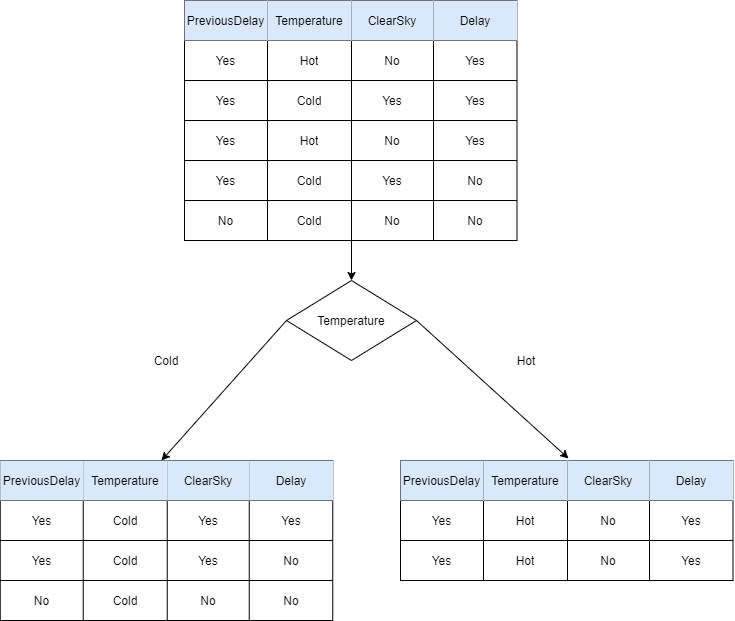
drminix/images keeps this draw.io diagram as toyexample_decisiontree_1.png. Above is the earlier version. Source tidied: cells renumbered, new cells last; positions are measured from the earlier drawing's top-left corner, leaving out a move shared by most shapes. Source of this version:
```xml
<mxGraphModel>
  <root>
    <mxCell id="0" />
    <mxCell id="1" parent="0" />
    <mxCell id="2" style="edgeStyle=orthogonalEdgeStyle;rounded=0;jettySize=auto;html=1;" parent="1" edge="1" target="3">
      <mxGeometry relative="1" as="geometry">
        <mxPoint x="351" y="200" as="sourcePoint" />
      </mxGeometry>
    </mxCell>
    <mxCell id="3" value="Temperature" style="rhombus;whiteSpace=wrap;html=1;" parent="1" vertex="1">
      <mxGeometry x="286" y="280" width="130" height="80" as="geometry" />
    </mxCell>
    <mxCell id="4" style="endArrow=classic;html=1;exitX=0;exitY=0.5;exitDx=0;exitDy=0;entryX=0.5;entryY=0;entryDx=0;entryDy=0;" parent="1" edge="1" source="3">
      <mxGeometry relative="1" as="geometry">
        <mxPoint x="161" y="460" as="targetPoint" />
      </mxGeometry>
    </mxCell>
    <mxCell id="5" style="endArrow=classic;html=1;exitX=1;exitY=0.5;exitDx=0;exitDy=0;entryX=0.491;entryY=-0.05;entryDx=0;entryDy=0;entryPerimeter=0;" parent="1" edge="1" source="3">
      <mxGeometry relative="1" as="geometry">
        <mxPoint x="568" y="458" as="targetPoint" />
      </mxGeometry>
    </mxCell>
    <mxCell id="6" value="Cold" style="text;html=1;strokeColor=none;fillColor=none;align=center;verticalAlign=middle;whiteSpace=wrap;rounded=0;" parent="1" vertex="1">
      <mxGeometry x="146" y="350" width="40" height="20" as="geometry" />
    </mxCell>
    <mxCell id="7" value="Hot" style="text;html=1;strokeColor=none;fillColor=none;align=center;verticalAlign=middle;whiteSpace=wrap;rounded=0;" parent="1" vertex="1">
      <mxGeometry x="506" y="350" width="40" height="20" as="geometry" />
    </mxCell>
    <mxCell id="8" style="shape=table;html=1;whiteSpace=wrap;startSize=0;" parent="1" vertex="1">
      <mxGeometry x="184" width="332.5" height="240" as="geometry" />
    </mxCell>
    <mxCell id="9" style="shape=partialRectangle;html=1;whiteSpace=wrap;fillColor=none;top=0;left=0;bottom=0;right=0;" parent="8" vertex="1">
      <mxGeometry width="332.5" height="40" as="geometry" />
    </mxCell>
    <mxCell id="10" value="PreviousDelay" style="shape=partialRectangle;html=1;whiteSpace=wrap;overflow=hidden;fillColor=#dae8fc;top=0;left=0;bottom=0;right=0;strokeColor=#6c8ebf;" parent="9" vertex="1">
      <mxGeometry width="83" height="40" as="geometry" />
    </mxCell>
    <mxCell id="11" value="Temperature" style="shape=partialRectangle;html=1;whiteSpace=wrap;overflow=hidden;fillColor=#dae8fc;top=0;left=0;bottom=0;right=0;strokeColor=#6c8ebf;" parent="9" vertex="1">
      <mxGeometry x="83" width="84" height="40" as="geometry" />
    </mxCell>
    <mxCell id="12" value="ClearSky" style="shape=partialRectangle;html=1;whiteSpace=wrap;overflow=hidden;fillColor=#dae8fc;top=0;left=0;bottom=0;right=0;strokeColor=#6c8ebf;" parent="9" vertex="1">
      <mxGeometry x="167" width="82" height="40" as="geometry" />
    </mxCell>
    <mxCell id="13" value="Delay" style="shape=partialRectangle;html=1;whiteSpace=wrap;overflow=hidden;fillColor=#dae8fc;top=0;left=0;bottom=0;right=0;strokeColor=#6c8ebf;" parent="9" vertex="1">
      <mxGeometry x="249" width="84" height="40" as="geometry" />
    </mxCell>
    <mxCell id="14" style="shape=partialRectangle;html=1;whiteSpace=wrap;fillColor=none;top=0;left=0;bottom=0;right=0;" parent="8" vertex="1">
      <mxGeometry y="40" width="332.5" height="40" as="geometry" />
    </mxCell>
    <mxCell id="15" value="Yes" style="shape=partialRectangle;html=1;whiteSpace=wrap;overflow=hidden;fillColor=none;top=0;left=0;bottom=0;right=0;" parent="14" vertex="1">
      <mxGeometry width="83" height="40" as="geometry" />
    </mxCell>
    <mxCell id="16" value="Hot" style="shape=partialRectangle;html=1;whiteSpace=wrap;overflow=hidden;fillColor=none;top=0;left=0;bottom=0;right=0;" parent="14" vertex="1">
      <mxGeometry x="83" width="84" height="40" as="geometry" />
    </mxCell>
    <mxCell id="17" value="No" style="shape=partialRectangle;html=1;whiteSpace=wrap;overflow=hidden;fillColor=none;top=0;left=0;bottom=0;right=0;" parent="14" vertex="1">
      <mxGeometry x="167" width="82" height="40" as="geometry" />
    </mxCell>
    <mxCell id="18" value="Yes" style="shape=partialRectangle;html=1;whiteSpace=wrap;overflow=hidden;fillColor=none;top=0;left=0;bottom=0;right=0;" parent="14" vertex="1">
      <mxGeometry x="249" width="84" height="40" as="geometry" />
    </mxCell>
    <mxCell id="19" style="shape=partialRectangle;html=1;whiteSpace=wrap;fillColor=none;top=0;left=0;bottom=0;right=0;" parent="8" vertex="1">
      <mxGeometry y="80" width="332.5" height="40" as="geometry" />
    </mxCell>
    <mxCell id="20" value="Yes" style="shape=partialRectangle;html=1;whiteSpace=wrap;overflow=hidden;fillColor=none;top=0;left=0;bottom=0;right=0;" parent="19" vertex="1">
      <mxGeometry width="83" height="40" as="geometry" />
    </mxCell>
    <mxCell id="21" value="Cold" style="shape=partialRectangle;html=1;whiteSpace=wrap;overflow=hidden;fillColor=none;top=0;left=0;bottom=0;right=0;" parent="19" vertex="1">
      <mxGeometry x="83" width="84" height="40" as="geometry" />
    </mxCell>
    <mxCell id="22" value="Yes" style="shape=partialRectangle;html=1;whiteSpace=wrap;overflow=hidden;fillColor=none;top=0;left=0;bottom=0;right=0;" parent="19" vertex="1">
      <mxGeometry x="167" width="82" height="40" as="geometry" />
    </mxCell>
    <mxCell id="23" value="Yes" style="shape=partialRectangle;html=1;whiteSpace=wrap;overflow=hidden;fillColor=none;top=0;left=0;bottom=0;right=0;" parent="19" vertex="1">
      <mxGeometry x="249" width="84" height="40" as="geometry" />
    </mxCell>
    <mxCell id="24" style="shape=partialRectangle;html=1;whiteSpace=wrap;fillColor=none;top=0;left=0;bottom=0;right=0;" parent="8" vertex="1">
      <mxGeometry y="120" width="332.5" height="40" as="geometry" />
    </mxCell>
    <mxCell id="25" value="Yes" style="shape=partialRectangle;html=1;whiteSpace=wrap;overflow=hidden;fillColor=none;top=0;left=0;bottom=0;right=0;" parent="24" vertex="1">
      <mxGeometry width="83" height="40" as="geometry" />
    </mxCell>
    <mxCell id="26" value="Hot" style="shape=partialRectangle;html=1;whiteSpace=wrap;overflow=hidden;fillColor=none;top=0;left=0;bottom=0;right=0;" parent="24" vertex="1">
      <mxGeometry x="83" width="84" height="40" as="geometry" />
    </mxCell>
    <mxCell id="27" value="No" style="shape=partialRectangle;html=1;whiteSpace=wrap;overflow=hidden;fillColor=none;top=0;left=0;bottom=0;right=0;" parent="24" vertex="1">
      <mxGeometry x="167" width="82" height="40" as="geometry" />
    </mxCell>
    <mxCell id="28" value="Yes" style="shape=partialRectangle;html=1;whiteSpace=wrap;overflow=hidden;fillColor=none;top=0;left=0;bottom=0;right=0;" parent="24" vertex="1">
      <mxGeometry x="249" width="84" height="40" as="geometry" />
    </mxCell>
    <mxCell id="29" style="shape=partialRectangle;html=1;whiteSpace=wrap;fillColor=none;top=0;left=0;bottom=0;right=0;" parent="8" vertex="1">
      <mxGeometry y="160" width="332.5" height="40" as="geometry" />
    </mxCell>
    <mxCell id="30" value="Yes" style="shape=partialRectangle;html=1;whiteSpace=wrap;overflow=hidden;fillColor=none;top=0;left=0;bottom=0;right=0;" parent="29" vertex="1">
      <mxGeometry width="83" height="40" as="geometry" />
    </mxCell>
    <mxCell id="31" value="Cold" style="shape=partialRectangle;html=1;whiteSpace=wrap;overflow=hidden;fillColor=none;top=0;left=0;bottom=0;right=0;" parent="29" vertex="1">
      <mxGeometry x="83" width="84" height="40" as="geometry" />
    </mxCell>
    <mxCell id="32" value="Yes" style="shape=partialRectangle;html=1;whiteSpace=wrap;overflow=hidden;fillColor=none;top=0;left=0;bottom=0;right=0;" parent="29" vertex="1">
      <mxGeometry x="167" width="82" height="40" as="geometry" />
    </mxCell>
    <mxCell id="33" value="No" style="shape=partialRectangle;html=1;whiteSpace=wrap;overflow=hidden;fillColor=none;top=0;left=0;bottom=0;right=0;" parent="29" vertex="1">
      <mxGeometry x="249" width="84" height="40" as="geometry" />
    </mxCell>
    <mxCell id="34" style="shape=partialRectangle;html=1;whiteSpace=wrap;fillColor=none;top=0;left=0;bottom=0;right=0;" parent="8" vertex="1">
      <mxGeometry y="200" width="332.5" height="40" as="geometry" />
    </mxCell>
    <mxCell id="35" value="No" style="shape=partialRectangle;html=1;whiteSpace=wrap;overflow=hidden;fillColor=none;top=0;left=0;bottom=0;right=0;" parent="34" vertex="1">
      <mxGeometry width="83" height="40" as="geometry" />
    </mxCell>
    <mxCell id="36" value="Cold" style="shape=partialRectangle;html=1;whiteSpace=wrap;overflow=hidden;fillColor=none;top=0;left=0;bottom=0;right=0;" parent="34" vertex="1">
      <mxGeometry x="83" width="84" height="40" as="geometry" />
    </mxCell>
    <mxCell id="37" value="No" style="shape=partialRectangle;html=1;whiteSpace=wrap;overflow=hidden;fillColor=none;top=0;left=0;bottom=0;right=0;" parent="34" vertex="1">
      <mxGeometry x="167" width="82" height="40" as="geometry" />
    </mxCell>
    <mxCell id="38" value="No" style="shape=partialRectangle;html=1;whiteSpace=wrap;overflow=hidden;fillColor=none;top=0;left=0;bottom=0;right=0;" parent="34" vertex="1">
      <mxGeometry x="249" width="84" height="40" as="geometry" />
    </mxCell>
    <mxCell id="39" style="shape=table;html=1;whiteSpace=wrap;startSize=0;" parent="1" vertex="1">
      <mxGeometry x="-0.2" y="460" width="332.5" height="160" as="geometry" />
    </mxCell>
    <mxCell id="40" style="shape=partialRectangle;html=1;whiteSpace=wrap;fillColor=none;top=0;left=0;bottom=0;right=0;" parent="39" vertex="1">
      <mxGeometry width="332.5" height="40" as="geometry" />
    </mxCell>
    <mxCell id="41" value="PreviousDelay" style="shape=partialRectangle;html=1;whiteSpace=wrap;overflow=hidden;fillColor=#dae8fc;top=0;left=0;bottom=0;right=0;strokeColor=#6c8ebf;" parent="40" vertex="1">
      <mxGeometry width="83" height="40" as="geometry" />
    </mxCell>
    <mxCell id="42" value="Temperature" style="shape=partialRectangle;html=1;whiteSpace=wrap;overflow=hidden;fillColor=#dae8fc;top=0;left=0;bottom=0;right=0;strokeColor=#6c8ebf;" parent="40" vertex="1">
      <mxGeometry x="83" width="84" height="40" as="geometry" />
    </mxCell>
    <mxCell id="43" value="ClearSky" style="shape=partialRectangle;html=1;whiteSpace=wrap;overflow=hidden;fillColor=#dae8fc;top=0;left=0;bottom=0;right=0;strokeColor=#6c8ebf;" parent="40" vertex="1">
      <mxGeometry x="167" width="82" height="40" as="geometry" />
    </mxCell>
    <mxCell id="44" value="Delay" style="shape=partialRectangle;html=1;whiteSpace=wrap;overflow=hidden;fillColor=#dae8fc;top=0;left=0;bottom=0;right=0;strokeColor=#6c8ebf;" parent="40" vertex="1">
      <mxGeometry x="249" width="84" height="40" as="geometry" />
    </mxCell>
    <mxCell id="45" style="shape=partialRectangle;html=1;whiteSpace=wrap;fillColor=none;top=0;left=0;bottom=0;right=0;" parent="39" vertex="1">
      <mxGeometry y="40" width="332.5" height="40" as="geometry" />
    </mxCell>
    <mxCell id="46" value="Yes" style="shape=partialRectangle;html=1;whiteSpace=wrap;overflow=hidden;fillColor=none;top=0;left=0;bottom=0;right=0;" parent="45" vertex="1">
      <mxGeometry width="83" height="40" as="geometry" />
    </mxCell>
    <mxCell id="47" value="Cold" style="shape=partialRectangle;html=1;whiteSpace=wrap;overflow=hidden;fillColor=none;top=0;left=0;bottom=0;right=0;" parent="45" vertex="1">
      <mxGeometry x="83" width="84" height="40" as="geometry" />
    </mxCell>
    <mxCell id="48" value="Yes" style="shape=partialRectangle;html=1;whiteSpace=wrap;overflow=hidden;fillColor=none;top=0;left=0;bottom=0;right=0;" parent="45" vertex="1">
      <mxGeometry x="167" width="82" height="40" as="geometry" />
    </mxCell>
    <mxCell id="49" value="Yes" style="shape=partialRectangle;html=1;whiteSpace=wrap;overflow=hidden;fillColor=none;top=0;left=0;bottom=0;right=0;" parent="45" vertex="1">
      <mxGeometry x="249" width="84" height="40" as="geometry" />
    </mxCell>
    <mxCell id="50" style="shape=partialRectangle;html=1;whiteSpace=wrap;fillColor=none;top=0;left=0;bottom=0;right=0;" parent="39" vertex="1">
      <mxGeometry y="80" width="332.5" height="40" as="geometry" />
    </mxCell>
    <mxCell id="51" value="Yes" style="shape=partialRectangle;html=1;whiteSpace=wrap;overflow=hidden;fillColor=none;top=0;left=0;bottom=0;right=0;" parent="50" vertex="1">
      <mxGeometry width="83" height="40" as="geometry" />
    </mxCell>
    <mxCell id="52" value="Cold" style="shape=partialRectangle;html=1;whiteSpace=wrap;overflow=hidden;fillColor=none;top=0;left=0;bottom=0;right=0;" parent="50" vertex="1">
      <mxGeometry x="83" width="84" height="40" as="geometry" />
    </mxCell>
    <mxCell id="53" value="Yes" style="shape=partialRectangle;html=1;whiteSpace=wrap;overflow=hidden;fillColor=none;top=0;left=0;bottom=0;right=0;" parent="50" vertex="1">
      <mxGeometry x="167" width="82" height="40" as="geometry" />
    </mxCell>
    <mxCell id="54" value="No" style="shape=partialRectangle;html=1;whiteSpace=wrap;overflow=hidden;fillColor=none;top=0;left=0;bottom=0;right=0;" parent="50" vertex="1">
      <mxGeometry x="249" width="84" height="40" as="geometry" />
    </mxCell>
    <mxCell id="55" style="shape=partialRectangle;html=1;whiteSpace=wrap;fillColor=none;top=0;left=0;bottom=0;right=0;" parent="39" vertex="1">
      <mxGeometry y="120" width="332.5" height="40" as="geometry" />
    </mxCell>
    <mxCell id="56" value="No" style="shape=partialRectangle;html=1;whiteSpace=wrap;overflow=hidden;fillColor=none;top=0;left=0;bottom=0;right=0;" parent="55" vertex="1">
      <mxGeometry width="83" height="40" as="geometry" />
    </mxCell>
    <mxCell id="57" value="Cold" style="shape=partialRectangle;html=1;whiteSpace=wrap;overflow=hidden;fillColor=none;top=0;left=0;bottom=0;right=0;" parent="55" vertex="1">
      <mxGeometry x="83" width="84" height="40" as="geometry" />
    </mxCell>
    <mxCell id="58" value="No" style="shape=partialRectangle;html=1;whiteSpace=wrap;overflow=hidden;fillColor=none;top=0;left=0;bottom=0;right=0;" parent="55" vertex="1">
      <mxGeometry x="167" width="82" height="40" as="geometry" />
    </mxCell>
    <mxCell id="59" value="No" style="shape=partialRectangle;html=1;whiteSpace=wrap;overflow=hidden;fillColor=none;top=0;left=0;bottom=0;right=0;" parent="55" vertex="1">
      <mxGeometry x="249" width="84" height="40" as="geometry" />
    </mxCell>
    <mxCell id="60" style="shape=table;html=1;whiteSpace=wrap;startSize=0;" parent="1" vertex="1">
      <mxGeometry x="400" y="460" width="332.5" height="120" as="geometry" />
    </mxCell>
    <mxCell id="61" style="shape=partialRectangle;html=1;whiteSpace=wrap;fillColor=none;top=0;left=0;bottom=0;right=0;" parent="60" vertex="1">
      <mxGeometry width="332.5" height="40" as="geometry" />
    </mxCell>
    <mxCell id="62" value="PreviousDelay" style="shape=partialRectangle;html=1;whiteSpace=wrap;overflow=hidden;fillColor=#dae8fc;top=0;left=0;bottom=0;right=0;strokeColor=#6c8ebf;" parent="61" vertex="1">
      <mxGeometry width="83" height="40" as="geometry" />
    </mxCell>
    <mxCell id="63" value="Temperature" style="shape=partialRectangle;html=1;whiteSpace=wrap;overflow=hidden;fillColor=#dae8fc;top=0;left=0;bottom=0;right=0;strokeColor=#6c8ebf;" parent="61" vertex="1">
      <mxGeometry x="83" width="84" height="40" as="geometry" />
    </mxCell>
    <mxCell id="64" value="ClearSky" style="shape=partialRectangle;html=1;whiteSpace=wrap;overflow=hidden;fillColor=#dae8fc;top=0;left=0;bottom=0;right=0;strokeColor=#6c8ebf;" parent="61" vertex="1">
      <mxGeometry x="167" width="82" height="40" as="geometry" />
    </mxCell>
    <mxCell id="65" value="Delay" style="shape=partialRectangle;html=1;whiteSpace=wrap;overflow=hidden;fillColor=#dae8fc;top=0;left=0;bottom=0;right=0;strokeColor=#6c8ebf;" parent="61" vertex="1">
      <mxGeometry x="249" width="84" height="40" as="geometry" />
    </mxCell>
    <mxCell id="66" style="shape=partialRectangle;html=1;whiteSpace=wrap;fillColor=none;top=0;left=0;bottom=0;right=0;" parent="60" vertex="1">
      <mxGeometry y="40" width="332.5" height="40" as="geometry" />
    </mxCell>
    <mxCell id="67" value="Yes" style="shape=partialRectangle;html=1;whiteSpace=wrap;overflow=hidden;fillColor=none;top=0;left=0;bottom=0;right=0;" parent="66" vertex="1">
      <mxGeometry width="83" height="40" as="geometry" />
    </mxCell>
    <mxCell id="68" value="Hot" style="shape=partialRectangle;html=1;whiteSpace=wrap;overflow=hidden;fillColor=none;top=0;left=0;bottom=0;right=0;" parent="66" vertex="1">
      <mxGeometry x="83" width="84" height="40" as="geometry" />
    </mxCell>
    <mxCell id="69" value="No" style="shape=partialRectangle;html=1;whiteSpace=wrap;overflow=hidden;fillColor=none;top=0;left=0;bottom=0;right=0;" parent="66" vertex="1">
      <mxGeometry x="167" width="82" height="40" as="geometry" />
    </mxCell>
    <mxCell id="70" value="Yes" style="shape=partialRectangle;html=1;whiteSpace=wrap;overflow=hidden;fillColor=none;top=0;left=0;bottom=0;right=0;" parent="66" vertex="1">
      <mxGeometry x="249" width="84" height="40" as="geometry" />
    </mxCell>
    <mxCell id="71" style="shape=partialRectangle;html=1;whiteSpace=wrap;fillColor=none;top=0;left=0;bottom=0;right=0;" parent="60" vertex="1">
      <mxGeometry y="80" width="332.5" height="40" as="geometry" />
    </mxCell>
    <mxCell id="72" value="Yes" style="shape=partialRectangle;html=1;whiteSpace=wrap;overflow=hidden;fillColor=none;top=0;left=0;bottom=0;right=0;" parent="71" vertex="1">
      <mxGeometry width="83" height="40" as="geometry" />
    </mxCell>
    <mxCell id="73" value="Hot" style="shape=partialRectangle;html=1;whiteSpace=wrap;overflow=hidden;fillColor=none;top=0;left=0;bottom=0;right=0;" parent="71" vertex="1">
      <mxGeometry x="83" width="84" height="40" as="geometry" />
    </mxCell>
    <mxCell id="74" value="No" style="shape=partialRectangle;html=1;whiteSpace=wrap;overflow=hidden;fillColor=none;top=0;left=0;bottom=0;right=0;" parent="71" vertex="1">
      <mxGeometry x="167" width="82" height="40" as="geometry" />
    </mxCell>
    <mxCell id="75" value="Yes" style="shape=partialRectangle;html=1;whiteSpace=wrap;overflow=hidden;fillColor=none;top=0;left=0;bottom=0;right=0;" parent="71" vertex="1">
      <mxGeometry x="249" width="84" height="40" as="geometry" />
    </mxCell>
  </root>
</mxGraphModel>
```
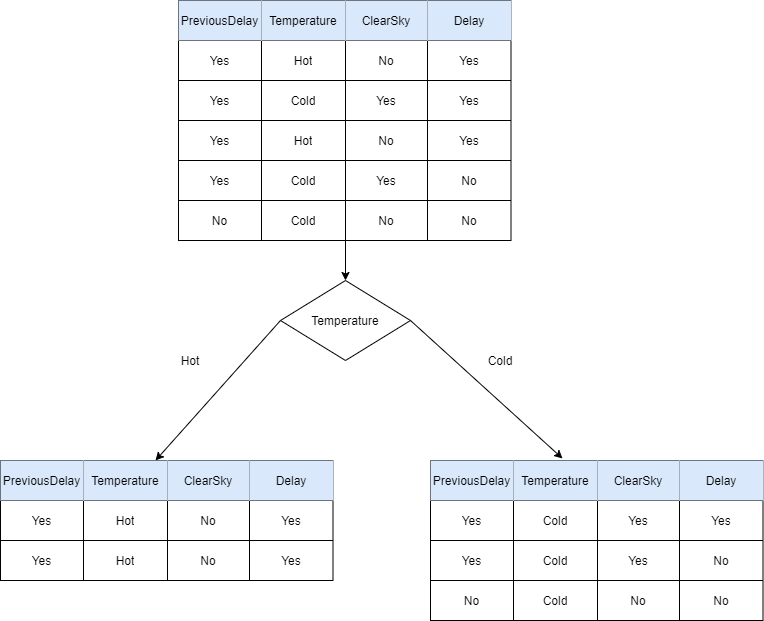
After the change.

What changed in the source:
```diff
@@ -20,11 +20,11 @@
         <mxPoint x="568" y="458" as="targetPoint" />
       </mxGeometry>
     </mxCell>
-    <mxCell id="6" value="Cold" style="text;html=1;strokeColor=none;fillColor=none;align=center;verticalAlign=middle;whiteSpace=wrap;rounded=0;" parent="1" vertex="1">
-      <mxGeometry x="146" y="350" width="40" height="20" as="geometry" />
+    <mxCell id="6" value="Hot" style="text;html=1;strokeColor=none;fillColor=none;align=center;verticalAlign=middle;whiteSpace=wrap;rounded=0;" parent="1" vertex="1">
+      <mxGeometry x="176" y="350" width="40" height="20" as="geometry" />
     </mxCell>
-    <mxCell id="7" value="Hot" style="text;html=1;strokeColor=none;fillColor=none;align=center;verticalAlign=middle;whiteSpace=wrap;rounded=0;" parent="1" vertex="1">
-      <mxGeometry x="506" y="350" width="40" height="20" as="geometry" />
+    <mxCell id="7" value="Cold" style="text;html=1;strokeColor=none;fillColor=none;align=center;verticalAlign=middle;whiteSpace=wrap;rounded=0;" parent="1" vertex="1">
+      <mxGeometry x="486" y="350" width="40" height="20" as="geometry" />
     </mxCell>
     <mxCell id="8" style="shape=table;html=1;whiteSpace=wrap;startSize=0;" parent="1" vertex="1">
       <mxGeometry x="184" width="332.5" height="240" as="geometry" />
@@ -120,7 +120,7 @@
       <mxGeometry x="249" width="84" height="40" as="geometry" />
     </mxCell>
     <mxCell id="39" style="shape=table;html=1;whiteSpace=wrap;startSize=0;" parent="1" vertex="1">
-      <mxGeometry x="-0.2" y="460" width="332.5" height="160" as="geometry" />
+      <mxGeometry x="436" y="460" width="332.5" height="160" as="geometry" />
     </mxCell>
     <mxCell id="40" style="shape=partialRectangle;html=1;whiteSpace=wrap;fillColor=none;top=0;left=0;bottom=0;right=0;" parent="39" vertex="1">
       <mxGeometry width="332.5" height="40" as="geometry" />
@@ -183,7 +183,7 @@
       <mxGeometry x="249" width="84" height="40" as="geometry" />
     </mxCell>
     <mxCell id="60" style="shape=table;html=1;whiteSpace=wrap;startSize=0;" parent="1" vertex="1">
-      <mxGeometry x="400" y="460" width="332.5" height="120" as="geometry" />
+      <mxGeometry x="6" y="460" width="332.5" height="120" as="geometry" />
     </mxCell>
     <mxCell id="61" style="shape=partialRectangle;html=1;whiteSpace=wrap;fillColor=none;top=0;left=0;bottom=0;right=0;" parent="60" vertex="1">
       <mxGeometry width="332.5" height="40" as="geometry" />
```
